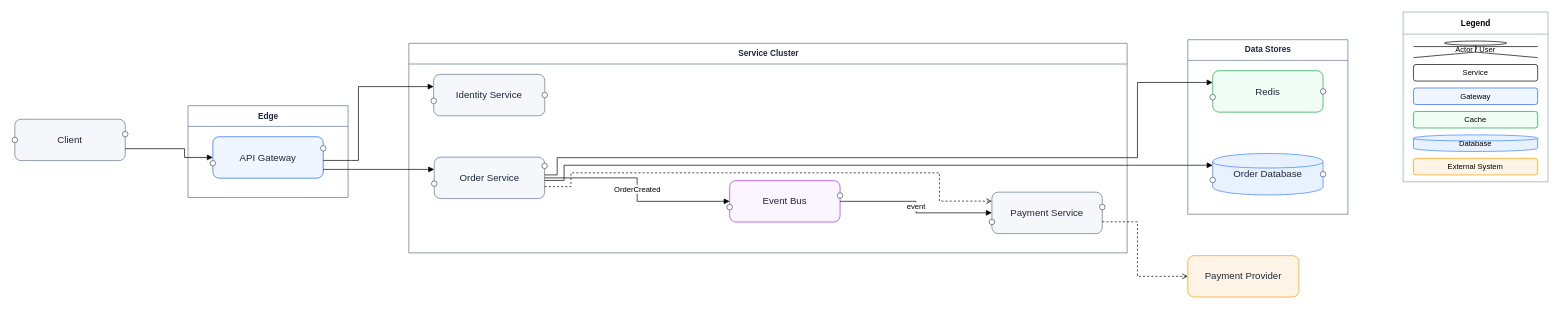
Above: examples/14-microservices-architecture/architecture-microservices.drawio in XU-QiYi/ai-diagram-tool (draw.io), before the change. Source tidied: cells renumbered, new cells numbered last; positions are measured from the earlier drawing's top-left corner, leaving out a move shared by most shapes. Both pictures are drawn from the tidied source at 69%, with x=0, y=0 at pixel (14, 12).
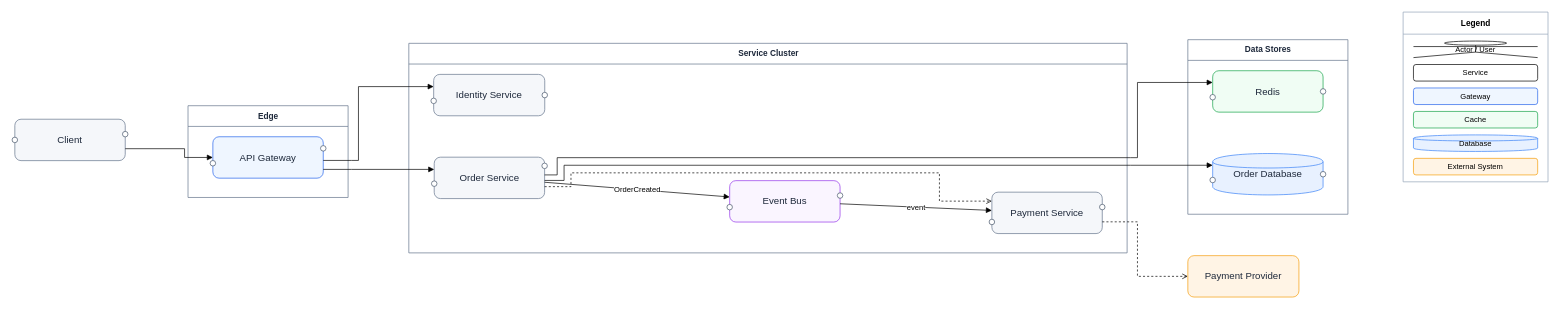
The same page after the edit.

Unchanged cells that the change refers to:
```xml
<mxCell id="15" value="Order Service" style="whiteSpace=wrap;html=1;rounded=1;fillColor=#F5F7FA;strokeColor=#64748B;fontColor=#1E293B;fontSize=14;strokeWidth=1;spacing=8;" parent="3" vertex="1">
  <mxGeometry x="36.8" y="165" width="160" height="60" as="geometry" />
</mxCell>
<mxCell id="18" value="Payment Service" style="whiteSpace=wrap;html=1;rounded=1;fillColor=#F5F7FA;strokeColor=#64748B;fontColor=#1E293B;fontSize=14;strokeWidth=1;spacing=8;" parent="3" vertex="1">
  <mxGeometry x="845" y="215.7" width="160" height="60" as="geometry" />
</mxCell>
<mxCell id="21" value="Event Bus" style="whiteSpace=wrap;html=1;rounded=1;fillColor=#FAF5FF;strokeColor=#9333EA;fontColor=#1E293B;fontSize=14;strokeWidth=1;spacing=8;" parent="3" vertex="1">
  <mxGeometry x="465" y="199" width="160" height="60" as="geometry" />
</mxCell>
```

Diff of the diagram source:
```diff
@@
-    <mxCell id="34" value="OrderCreated" style="edgeStyle=orthogonalEdgeStyle;rounded=0;jettySize=auto;html=1;strokeColor=#000000;fontColor=#000000;endArrow=block;strokeColor=#000000;fontColor=#000000;" parent="1" edge="1" source="15" target="21">
+    <mxCell id="34" value="OrderCreated" style="edgeStyle=orthogonalEdgeStyle;rounded=0;jettySize=auto;html=1;strokeColor=#000000;fontColor=#000000;endArrow=block;edgeStyle=none;strokeColor=#000000;fontColor=#000000;" parent="1" edge="1" source="15" target="21">
       <mxGeometry relative="1" as="geometry" />
     </mxCell>
-    <mxCell id="35" value="event" style="edgeStyle=orthogonalEdgeStyle;rounded=0;jettySize=auto;html=1;strokeColor=#000000;fontColor=#000000;endArrow=block;strokeColor=#000000;fontColor=#000000;" parent="1" edge="1" source="21" target="18">
+    <mxCell id="35" value="event" style="edgeStyle=orthogonalEdgeStyle;rounded=0;jettySize=auto;html=1;strokeColor=#000000;fontColor=#000000;endArrow=block;edgeStyle=none;strokeColor=#000000;fontColor=#000000;" parent="1" edge="1" source="21" target="18">
       <mxGeometry relative="1" as="geometry" />
     </mxCell>
```
